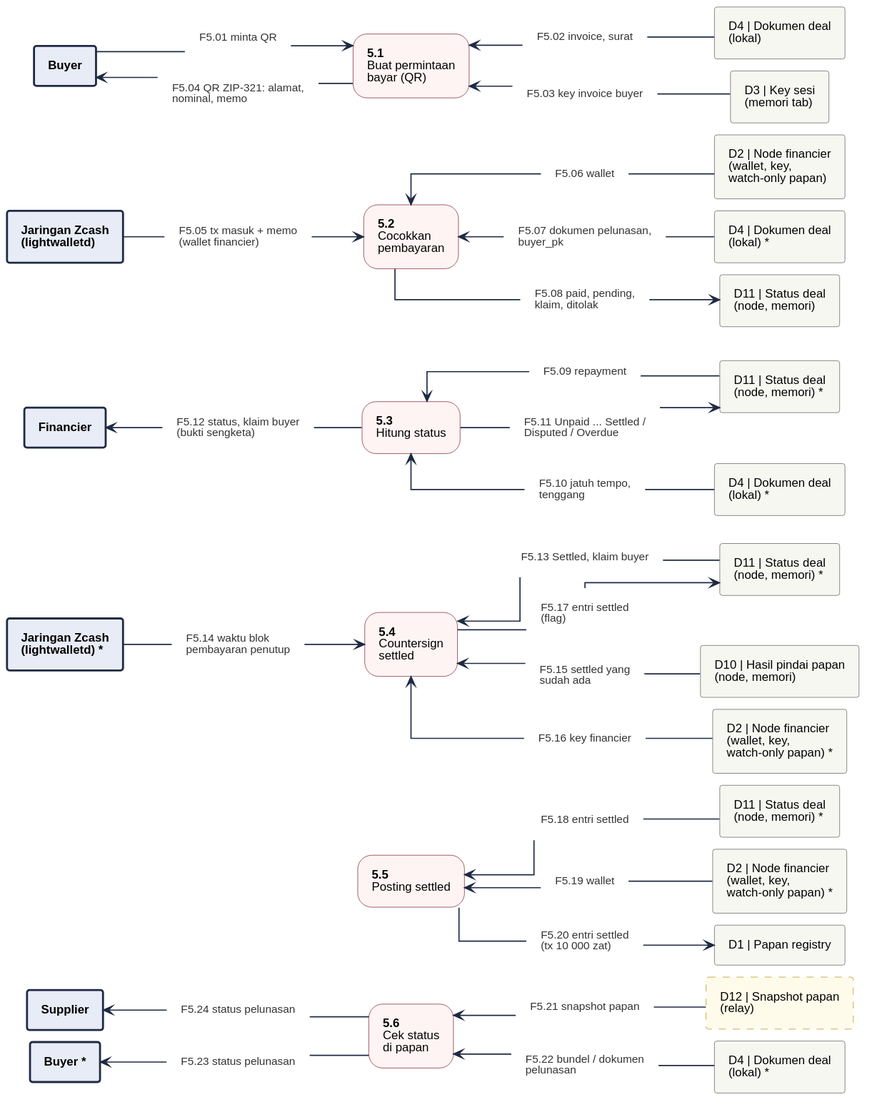
Earlier version of the PlantUML export 08-FlowDiagrams/assets/dfd-2-5.svg (JitsuinFi/jitsuinfi-vault).
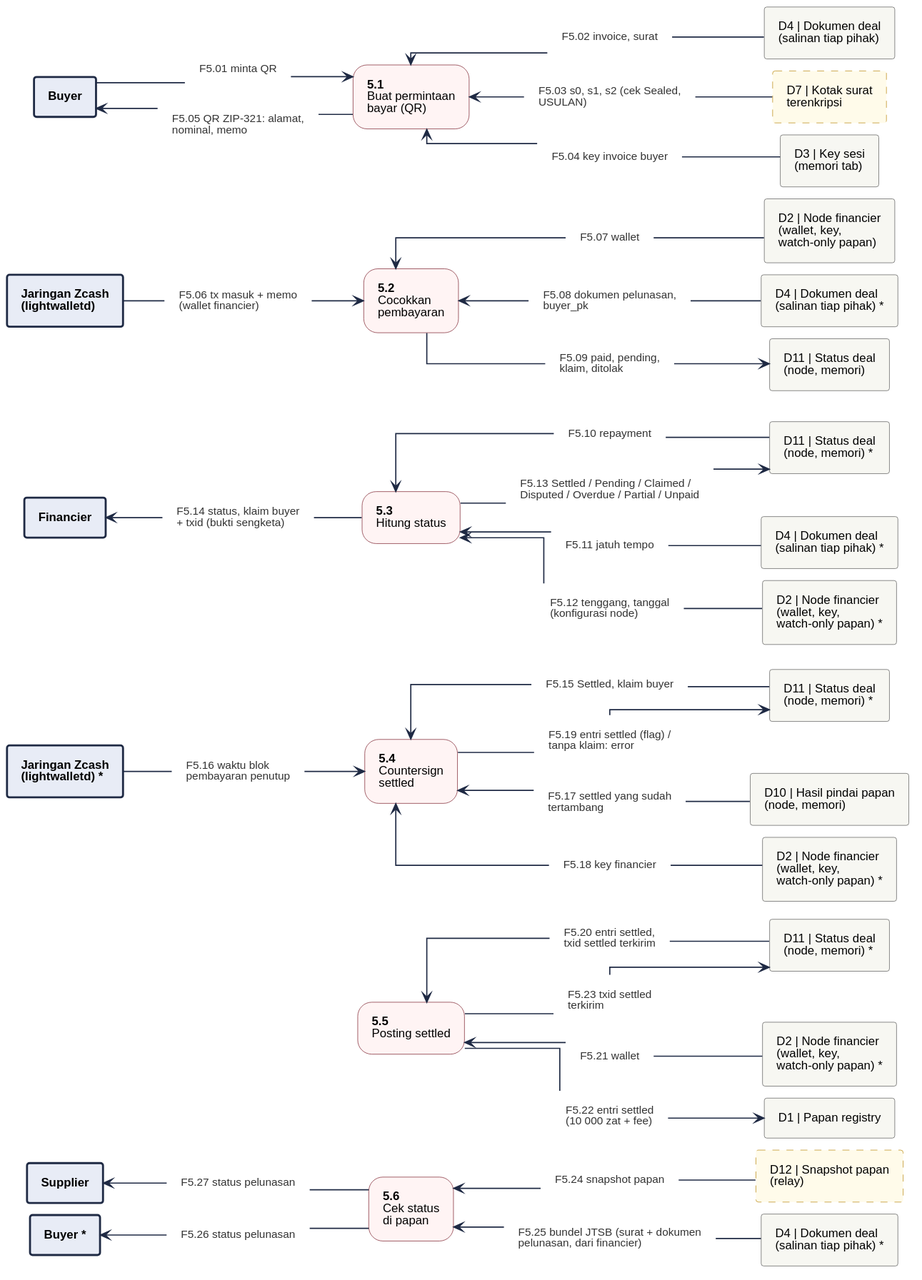
Above is the later version.

Diff of the diagram source:
```diff
@@ -5,7 +5,7 @@
 skinparam ranksep 35
 rectangle "Supplier" <<entity>> as S_6
 rectangle "Buyer *" <<entity>> as B_6
-rectangle "D4 | Dokumen deal\n(lokal) *" <<store>> as D4_6
+rectangle "D4 | Dokumen deal\n(salinan tiap pihak) *" <<store>> as D4_6
 rectangle "D12 | Snapshot papan\n(relay)" <<storeproposal>> as D12_6
 rectangle "D1 | Papan registry" <<store>> as D1_5
 rectangle "D2 | Node financier\n(wallet, key,\nwatch-only papan) *" <<store>> as D2_5
@@ -15,14 +15,16 @@
 rectangle "Jaringan Zcash\n(lightwalletd) *" <<entity>> as Z_4
 rectangle "D11 | Status deal\n(node, memori) *" <<store>> as D11_4
 rectangle "Financier" <<entity>> as F_3
-rectangle "D4 | Dokumen deal\n(lokal) *" <<store>> as D4_3
+rectangle "D2 | Node financier\n(wallet, key,\nwatch-only papan) *" <<store>> as D2_3
+rectangle "D4 | Dokumen deal\n(salinan tiap pihak) *" <<store>> as D4_3
 rectangle "D11 | Status deal\n(node, memori) *" <<store>> as D11_3
 rectangle "D11 | Status deal\n(node, memori)" <<store>> as D11_2
-rectangle "D4 | Dokumen deal\n(lokal) *" <<store>> as D4_2
+rectangle "D4 | Dokumen deal\n(salinan tiap pihak) *" <<store>> as D4_2
 rectangle "D2 | Node financier\n(wallet, key,\nwatch-only papan)" <<store>> as D2_2
 rectangle "Jaringan Zcash\n(lightwalletd)" <<entity>> as Z_2
 rectangle "D3 | Key sesi\n(memori tab)" <<store>> as D3_1
-rectangle "D4 | Dokumen deal\n(lokal)" <<store>> as D4_1
+rectangle "D7 | Kotak surat\nterenkripsi" <<storeproposal>> as D7_1
+rectangle "D4 | Dokumen deal\n(salinan tiap pihak)" <<store>> as D4_1
 rectangle "Buyer" <<entity>> as B_1
 rectangle "**5.6**\nCek status\ndi papan" <<process>> as P6
 rectangle "**5.5**\nPosting settled" <<process>> as P5
@@ -32,76 +34,85 @@
 rectangle "**5.1**\nBuat permintaan\nbayar (QR)" <<process>> as P1
 rectangle "F5.01 minta QR" <<flow>> as f_F5_01
 rectangle "F5.02 invoice, surat" <<flow>> as f_F5_02
-rectangle "F5.03 key invoice buyer" <<flow>> as f_F5_03
-rectangle "F5.04 QR ZIP-321: alamat,\nnominal, memo" <<flow>> as f_F5_04
-rectangle "F5.05 tx masuk + memo\n(wallet financier)" <<flow>> as f_F5_05
-rectangle "F5.06 wallet" <<flow>> as f_F5_06
-rectangle "F5.07 dokumen pelunasan,\nbuyer_pk" <<flow>> as f_F5_07
-rectangle "F5.08 paid, pending,\nklaim, ditolak" <<flow>> as f_F5_08
-rectangle "F5.09 repayment" <<flow>> as f_F5_09
-rectangle "F5.10 jatuh tempo,\ntenggang" <<flow>> as f_F5_10
-rectangle "F5.11 Unpaid ... Settled /\nDisputed / Overdue" <<flow>> as f_F5_11
-rectangle "F5.12 status, klaim buyer\n(bukti sengketa)" <<flow>> as f_F5_12
-rectangle "F5.13 Settled, klaim buyer" <<flow>> as f_F5_13
-rectangle "F5.14 waktu blok\npembayaran penutup" <<flow>> as f_F5_14
-rectangle "F5.15 settled yang\nsudah ada" <<flow>> as f_F5_15
-rectangle "F5.16 key financier" <<flow>> as f_F5_16
-rectangle "F5.17 entri settled\n(flag)" <<flow>> as f_F5_17
-rectangle "F5.18 entri settled" <<flow>> as f_F5_18
-rectangle "F5.19 wallet" <<flow>> as f_F5_19
-rectangle "F5.20 entri settled\n(tx 10 000 zat)" <<flow>> as f_F5_20
-rectangle "F5.21 snapshot papan" <<flow>> as f_F5_21
-rectangle "F5.22 bundel / dokumen\npelunasan" <<flow>> as f_F5_22
-rectangle "F5.23 status pelunasan" <<flow>> as f_F5_23
-rectangle "F5.24 status pelunasan" <<flow>> as f_F5_24
+rectangle "F5.03 s0, s1, s2 (cek Sealed,\nUSULAN)" <<flow>> as f_F5_03
+rectangle "F5.04 key invoice buyer" <<flow>> as f_F5_04
+rectangle "F5.05 QR ZIP-321: alamat,\nnominal, memo" <<flow>> as f_F5_05
+rectangle "F5.06 tx masuk + memo\n(wallet financier)" <<flow>> as f_F5_06
+rectangle "F5.07 wallet" <<flow>> as f_F5_07
+rectangle "F5.08 dokumen pelunasan,\nbuyer_pk" <<flow>> as f_F5_08
+rectangle "F5.09 paid, pending,\nklaim, ditolak" <<flow>> as f_F5_09
+rectangle "F5.10 repayment" <<flow>> as f_F5_10
+rectangle "F5.11 jatuh tempo" <<flow>> as f_F5_11
+rectangle "F5.12 tenggang, tanggal\n(konfigurasi node)" <<flow>> as f_F5_12
+rectangle "F5.13 Settled / Pending / Claimed /\nDisputed / Overdue / Partial / Unpaid" <<flow>> as f_F5_13
+rectangle "F5.14 status, klaim buyer\n+ txid (bukti sengketa)" <<flow>> as f_F5_14
+rectangle "F5.15 Settled, klaim buyer" <<flow>> as f_F5_15
+rectangle "F5.16 waktu blok\npembayaran penutup" <<flow>> as f_F5_16
+rectangle "F5.17 settled yang sudah\ntertambang" <<flow>> as f_F5_17
+rectangle "F5.18 key financier" <<flow>> as f_F5_18
+rectangle "F5.19 entri settled (flag) /\ntanpa klaim: error" <<flow>> as f_F5_19
+rectangle "F5.20 entri settled,\ntxid settled terkirim" <<flow>> as f_F5_20
+rectangle "F5.21 wallet" <<flow>> as f_F5_21
+rectangle "F5.22 entri settled\n(10 000 zat + fee)" <<flow>> as f_F5_22
+rectangle "F5.23 txid settled\nterkirim" <<flow>> as f_F5_23
+rectangle "F5.24 snapshot papan" <<flow>> as f_F5_24
+rectangle "F5.25 bundel JTSB (surat + dokumen\npelunasan, dari financier)" <<flow>> as f_F5_25
+rectangle "F5.26 status pelunasan" <<flow>> as f_F5_26
+rectangle "F5.27 status pelunasan" <<flow>> as f_F5_27
 B_1 -- f_F5_01
 f_F5_01 --> P1
 P1 <-- f_F5_02
 f_F5_02 -- D4_1
 P1 <-- f_F5_03
-f_F5_03 -- D3_1
-B_1 <-- f_F5_04
-f_F5_04 -- P1
-Z_2 -- f_F5_05
-f_F5_05 --> P2
-P2 <-- f_F5_06
-f_F5_06 -- D2_2
+f_F5_03 -- D7_1
+P1 <-- f_F5_04
+f_F5_04 -- D3_1
+B_1 <-- f_F5_05
+f_F5_05 -- P1
+Z_2 -- f_F5_06
+f_F5_06 --> P2
 P2 <-- f_F5_07
-f_F5_07 -- D4_2
-P2 -- f_F5_08
-f_F5_08 --> D11_2
-P3 <-- f_F5_09
-f_F5_09 -- D11_3
+f_F5_07 -- D2_2
+P2 <-- f_F5_08
+f_F5_08 -- D4_2
+P2 -- f_F5_09
+f_F5_09 --> D11_2
 P3 <-- f_F5_10
-f_F5_10 -- D4_3
-P3 -- f_F5_11
-f_F5_11 --> D11_3
-F_3 <-- f_F5_12
-f_F5_12 -- P3
-P4 <-- f_F5_13
-f_F5_13 -- D11_4
-Z_4 -- f_F5_14
-f_F5_14 --> P4
+f_F5_10 -- D11_3
+P3 <-- f_F5_11
+f_F5_11 -- D4_3
+P3 <-- f_F5_12
+f_F5_12 -- D2_3
+P3 -- f_F5_13
+f_F5_13 --> D11_3
+F_3 <-- f_F5_14
+f_F5_14 -- P3
 P4 <-- f_F5_15
-f_F5_15 -- D10_4
-P4 <-- f_F5_16
-f_F5_16 -- D2_4
-P4 -- f_F5_17
-f_F5_17 --> D11_4
-P5 <-- f_F5_18
-f_F5_18 -- D11_5
-P5 <-- f_F5_19
-f_F5_19 -- D2_5
-P5 -- f_F5_20
-f_F5_20 --> D1_5
-P6 <-- f_F5_21
-f_F5_21 -- D12_6
-P6 <-- f_F5_22
-f_F5_22 -- D4_6
-B_6 <-- f_F5_23
-f_F5_23 -- P6
-S_6 <-- f_F5_24
-f_F5_24 -- P6
+f_F5_15 -- D11_4
+Z_4 -- f_F5_16
+f_F5_16 --> P4
+P4 <-- f_F5_17
+f_F5_17 -- D10_4
+P4 <-- f_F5_18
+f_F5_18 -- D2_4
+P4 -- f_F5_19
+f_F5_19 --> D11_4
+P5 <-- f_F5_20
+f_F5_20 -- D11_5
+P5 <-- f_F5_21
+f_F5_21 -- D2_5
+P5 -- f_F5_22
+f_F5_22 --> D1_5
+P5 -- f_F5_23
+f_F5_23 --> D11_5
+P6 <-- f_F5_24
+f_F5_24 -- D12_6
+P6 <-- f_F5_25
+f_F5_25 -- D4_6
+B_6 <-- f_F5_26
+f_F5_26 -- P6
+S_6 <-- f_F5_27
+f_F5_27 -- P6
 rectangle " " <<spacer>> as sp_P5_a
 rectangle " " <<spacer>> as sp_P5_b
 sp_P5_a -[hidden]- sp_P5_b
```
